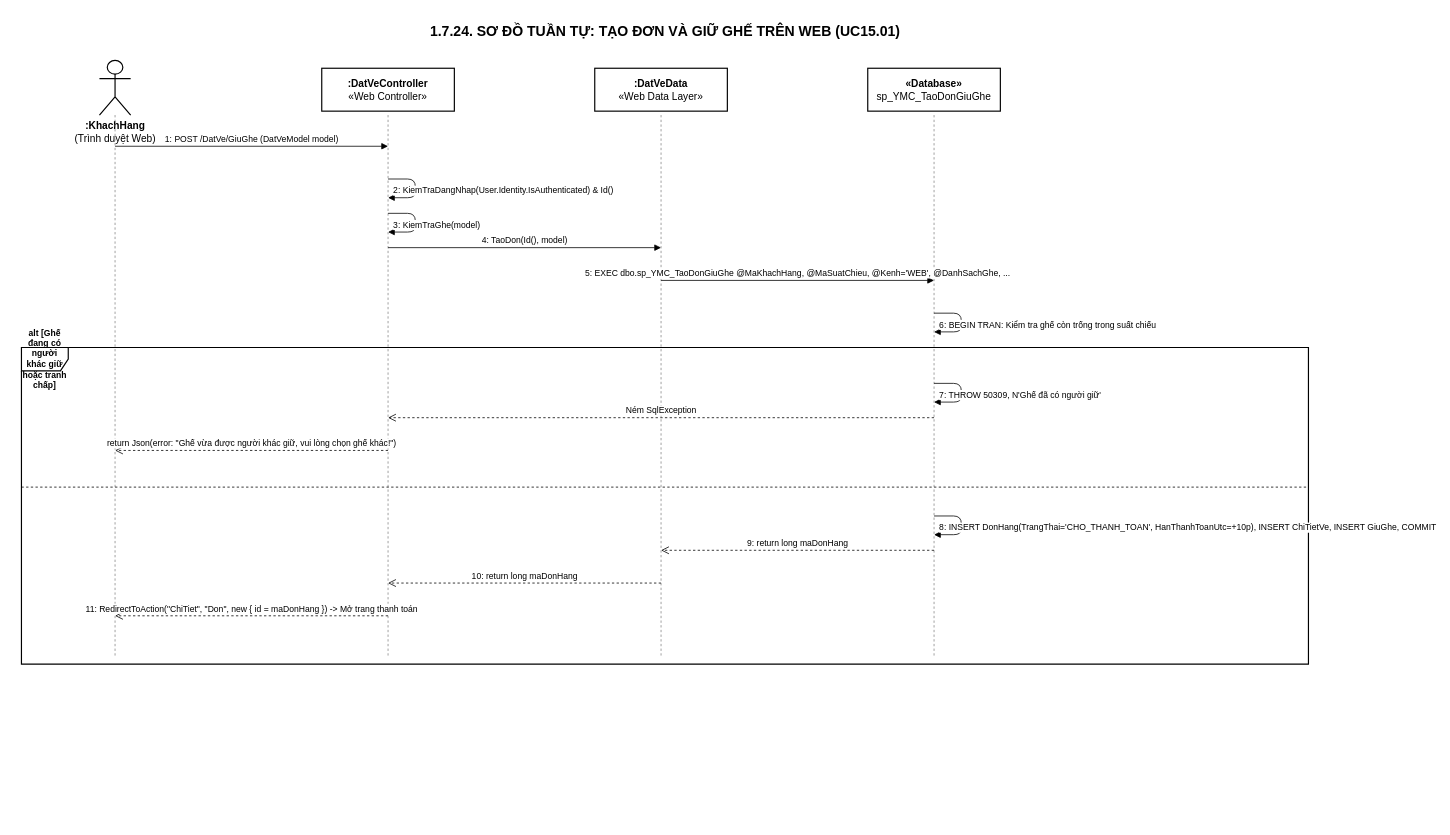
Before: Docs/Diagrams/23-Sequence-24-TaoDonGiuGheWeb.drawio in ThanhDat-png/YeuMinhEmCinema, a draw.io diagram. Source tidied: cells renumbered, new cells numbered last; positions are measured from the earlier drawing's top-left corner, leaving out a move shared by most shapes. Both pictures are drawn from the tidied source at 78%, with x=0, y=0 at pixel (21, 17).
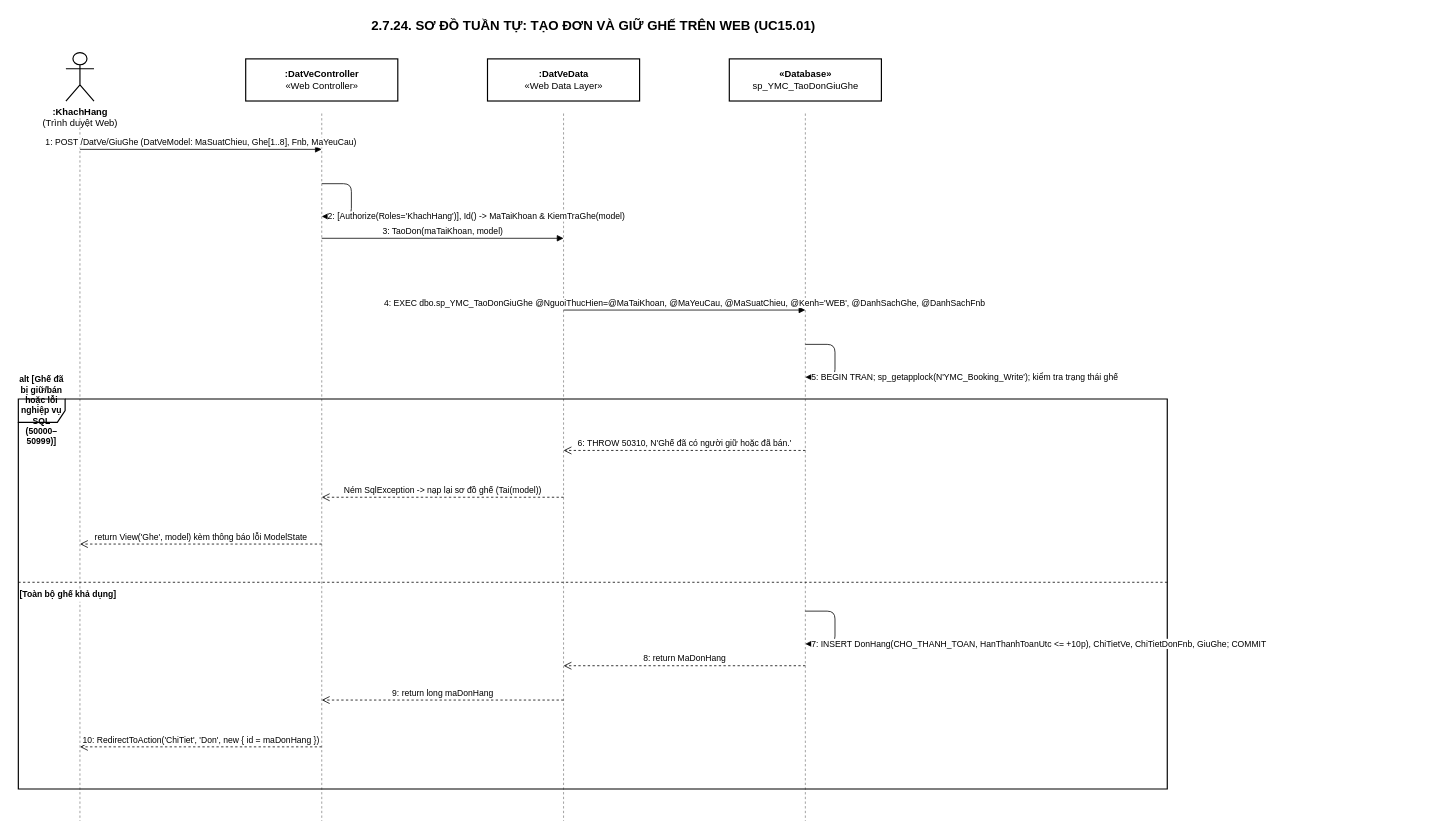
Above is the later version.

The edit, as a diff of the source:
```diff
@@
-    <mxCell id="2" value="1.7.24. SƠ ĐỒ TUẦN TỰ: TẠO ĐƠN VÀ GIỮ GHẾ TRÊN WEB (UC15.01)" style="text;html=1;align=center;verticalAlign=middle;fontFamily=Arial;fontSize=18;fontStyle=1;fontColor=#000000;fillColor=none;strokeColor=none;" parent="1" vertex="1">
-      <mxGeometry x="10" width="1630" height="35" as="geometry" />
+    <mxCell id="2" value="2.7.24. SƠ ĐỒ TUẦN TỰ: TẠO ĐƠN VÀ GIỮ GHẾ TRÊN WEB (UC15.01)" style="text;html=1;align=center;verticalAlign=middle;fontFamily=Arial;fontSize=17;fontStyle=1;fontColor=#000000;fillColor=none;strokeColor=none;" parent="1" vertex="1">
+      <mxGeometry x="-10" y="-5" width="1485" height="34" as="geometry" />
     </mxCell>
-    <mxCell id="3" value="&lt;b&gt;:KhachHang&lt;/b&gt;&lt;br&gt;(Trình duyệt Web)" style="shape=umlActor;verticalLabelPosition=bottom;verticalAlign=top;html=1;fontFamily=Arial;fontSize=13;fontColor=#000000;strokeColor=#000000;strokeWidth=1.5;fillColor=#ffffff;" parent="1" vertex="1">
-      <mxGeometry x="100" y="55" width="40" height="70" as="geometry" />
+    <mxCell id="3" value="&lt;b&gt;:KhachHang&lt;/b&gt;&lt;br&gt;(Trình duyệt Web)" style="shape=umlActor;verticalLabelPosition=bottom;verticalAlign=top;html=1;fontFamily=Arial;fontSize=12;fontColor=#000000;strokeColor=#000000;strokeWidth=1.5;fillColor=#ffffff;" parent="1" vertex="1">
+      <mxGeometry x="57" y="45" width="36" height="62" as="geometry" />
     </mxCell>
-    <mxCell id="4" style="line;strokeWidth=1;dashed=1;labelPosition=top;verticalLabelPosition=bottom;align=center;verticalAlign=top;strokeColor=#888888;direction=south;" parent="1" vertex="1">
-      <mxGeometry x="115" y="125" width="10" height="694" as="geometry" />
-    </mxCell>
+    <mxCell id="26" style="line;strokeWidth=1;dashed=1;strokeColor=#888888;direction=south;" parent="1" vertex="1">
+      <mxGeometry x="70" y="123" width="10" height="907" as="geometry" />
+    </mxCell>
-    <mxCell id="5" value="&lt;b&gt;:DatVeController&lt;/b&gt;&lt;br&gt;«Web Controller»" style="rounded=0;whiteSpace=wrap;html=1;fontFamily=Arial;fontSize=13;fillColor=#ffffff;strokeColor=#000000;strokeWidth=1.5;fontColor=#000000;" parent="1" vertex="1">
-      <mxGeometry x="385" y="65" width="170" height="55" as="geometry" />
+    <mxCell id="5" value="&lt;b&gt;:DatVeController&lt;/b&gt;&lt;br&gt;«Web Controller»" style="rounded=0;whiteSpace=wrap;html=1;fontFamily=Arial;fontSize=12;fillColor=#ffffff;strokeColor=#000000;strokeWidth=1.5;fontColor=#000000;" parent="1" vertex="1">
+      <mxGeometry x="287.5" y="53" width="195" height="54" as="geometry" />
     </mxCell>
-    <mxCell id="6" style="line;strokeWidth=1;dashed=1;labelPosition=top;verticalLabelPosition=bottom;align=center;verticalAlign=top;strokeColor=#888888;direction=south;" parent="1" vertex="1">
-      <mxGeometry x="465" y="125" width="10" height="694" as="geometry" />
-    </mxCell>
+    <mxCell id="27" style="line;strokeWidth=1;dashed=1;strokeColor=#888888;direction=south;" parent="1" vertex="1">
+      <mxGeometry x="380" y="123" width="10" height="907" as="geometry" />
+    </mxCell>
-    <mxCell id="7" value="&lt;b&gt;:DatVeData&lt;/b&gt;&lt;br&gt;«Web Data Layer»" style="rounded=0;whiteSpace=wrap;html=1;fontFamily=Arial;fontSize=13;fillColor=#ffffff;strokeColor=#000000;strokeWidth=1.5;fontColor=#000000;" parent="1" vertex="1">
-      <mxGeometry x="735" y="65" width="170" height="55" as="geometry" />
+    <mxCell id="7" value="&lt;b&gt;:DatVeData&lt;/b&gt;&lt;br&gt;«Web Data Layer»" style="rounded=0;whiteSpace=wrap;html=1;fontFamily=Arial;fontSize=12;fillColor=#ffffff;strokeColor=#000000;strokeWidth=1.5;fontColor=#000000;" parent="1" vertex="1">
+      <mxGeometry x="597.5" y="53" width="195" height="54" as="geometry" />
     </mxCell>
-    <mxCell id="8" style="line;strokeWidth=1;dashed=1;labelPosition=top;verticalLabelPosition=bottom;align=center;verticalAlign=top;strokeColor=#888888;direction=south;" parent="1" vertex="1">
-      <mxGeometry x="815" y="125" width="10" height="694" as="geometry" />
-    </mxCell>
+    <mxCell id="28" style="line;strokeWidth=1;dashed=1;strokeColor=#888888;direction=south;" parent="1" vertex="1">
+      <mxGeometry x="690" y="123" width="10" height="907" as="geometry" />
+    </mxCell>
-    <mxCell id="9" value="&lt;b&gt;«Database»&lt;/b&gt;&lt;br&gt;sp_YMC_TaoDonGiuGhe" style="rounded=0;whiteSpace=wrap;html=1;fontFamily=Arial;fontSize=13;fillColor=#ffffff;strokeColor=#000000;strokeWidth=1.5;fontColor=#000000;" parent="1" vertex="1">
-      <mxGeometry x="1085" y="65" width="170" height="55" as="geometry" />
+    <mxCell id="9" value="&lt;b&gt;«Database»&lt;/b&gt;&lt;br&gt;sp_YMC_TaoDonGiuGhe" style="rounded=0;whiteSpace=wrap;html=1;fontFamily=Arial;fontSize=12;fillColor=#ffffff;strokeColor=#000000;strokeWidth=1.5;fontColor=#000000;" parent="1" vertex="1">
+      <mxGeometry x="907.5" y="53" width="195" height="54" as="geometry" />
     </mxCell>
-    <mxCell id="10" style="line;strokeWidth=1;dashed=1;labelPosition=top;verticalLabelPosition=bottom;align=center;verticalAlign=top;strokeColor=#888888;direction=south;" parent="1" vertex="1">
-      <mxGeometry x="1165" y="125" width="10" height="694" as="geometry" />
-    </mxCell>
+    <mxCell id="29" style="line;strokeWidth=1;dashed=1;strokeColor=#888888;direction=south;" parent="1" vertex="1">
+      <mxGeometry x="1000" y="123" width="10" height="907" as="geometry" />
+    </mxCell>
+    <mxCell id="30" value="1: POST /DatVe/GiuGhe (DatVeModel: MaSuatChieu, Ghe[1..8], Fnb, MaYeuCau)" style="html=1;verticalAlign=bottom;endArrow=block;strokeColor=#000000;fontFamily=Arial;fontSize=11;fontColor=#000000;" parent="1" edge="1">
+      <mxGeometry relative="1" as="geometry">
+        <mxPoint x="75" y="169" as="sourcePoint" />
+        <mxPoint x="385" y="169" as="targetPoint" />
+      </mxGeometry>
+    </mxCell>
-    <mxCell id="11" value="1: POST /DatVe/GiuGhe (DatVeModel model)" style="html=1;verticalAlign=bottom;endArrow=block;strokeColor=#000000;fontFamily=Arial;fontSize=11;fontColor=#000000;" parent="1" edge="1">
-      <mxGeometry relative="1" as="geometry">
-        <mxPoint x="120" y="165" as="sourcePoint" />
-        <mxPoint x="470" y="165" as="targetPoint" />
+    <mxCell id="11" value="2: [Authorize(Roles='KhachHang')], Id() -&gt; MaTaiKhoan &amp; KiemTraGhe(model)" style="edgeStyle=orthogonalEdgeStyle;html=1;align=left;spacingLeft=6;verticalAlign=middle;endArrow=block;strokeColor=#000000;fontFamily=Arial;fontSize=11;fontColor=#000000;" parent="1" edge="1">
+      <mxGeometry x="1" relative="1" as="geometry">
+        <mxPoint x="385" y="213" as="sourcePoint" />
+        <mxPoint x="385" y="255" as="targetPoint" />
+        <Array as="points">
+          <mxPoint x="423" y="213" />
+          <mxPoint x="423" y="255" />
+        </Array>
       </mxGeometry>
     </mxCell>
-    <mxCell id="12" value="2: KiemTraDangNhap(User.Identity.IsAuthenticated) &amp; Id()" style="edgeStyle=orthogonalEdgeStyle;html=1;align=left;spacingLeft=5;verticalAlign=bottom;endArrow=block;strokeColor=#000000;fontFamily=Arial;fontSize=11;fontColor=#000000;" parent="1" edge="1">
-      <mxGeometry x="1" relative="1" as="geometry">
-        <mxPoint x="470" y="207" as="sourcePoint" />
-        <mxPoint x="470" y="231" as="targetPoint" />
-        <Array as="points">
-          <mxPoint x="505" y="207" />
-          <mxPoint x="505" y="231" />
-        </Array>
+    <mxCell id="12" value="3: TaoDon(maTaiKhoan, model)" style="html=1;verticalAlign=bottom;endArrow=block;strokeColor=#000000;fontFamily=Arial;fontSize=11;fontColor=#000000;" parent="1" edge="1">
+      <mxGeometry relative="1" as="geometry">
+        <mxPoint x="385" y="283" as="sourcePoint" />
+        <mxPoint x="695" y="283" as="targetPoint" />
       </mxGeometry>
     </mxCell>
-    <mxCell id="13" value="3: KiemTraGhe(model)" style="edgeStyle=orthogonalEdgeStyle;html=1;align=left;spacingLeft=5;verticalAlign=bottom;endArrow=block;strokeColor=#000000;fontFamily=Arial;fontSize=11;fontColor=#000000;" parent="1" edge="1">
-      <mxGeometry x="1" relative="1" as="geometry">
-        <mxPoint x="470" y="251" as="sourcePoint" />
-        <mxPoint x="470" y="275" as="targetPoint" />
-        <Array as="points">
-          <mxPoint x="505" y="251" />
-          <mxPoint x="505" y="275" />
-        </Array>
+    <mxCell id="13" value="4: EXEC dbo.sp_YMC_TaoDonGiuGhe @NguoiThucHien=@MaTaiKhoan, @MaYeuCau, @MaSuatChieu, @Kenh='WEB', @DanhSachGhe, @DanhSachFnb" style="html=1;verticalAlign=bottom;endArrow=block;strokeColor=#000000;fontFamily=Arial;fontSize=11;fontColor=#000000;" parent="1" edge="1">
+      <mxGeometry relative="1" as="geometry">
+        <mxPoint x="695" y="375" as="sourcePoint" />
+        <mxPoint x="1005" y="375" as="targetPoint" />
       </mxGeometry>
     </mxCell>
-    <mxCell id="14" value="4: TaoDon(Id(), model)" style="html=1;verticalAlign=bottom;endArrow=block;strokeColor=#000000;fontFamily=Arial;fontSize=11;fontColor=#000000;" parent="1" edge="1">
-      <mxGeometry relative="1" as="geometry">
-        <mxPoint x="470" y="295" as="sourcePoint" />
-        <mxPoint x="820" y="295" as="targetPoint" />
+    <mxCell id="14" value="5: BEGIN TRAN; sp_getapplock(N'YMC_Booking_Write'); kiểm tra trạng thái ghế" style="edgeStyle=orthogonalEdgeStyle;html=1;align=left;spacingLeft=6;verticalAlign=middle;endArrow=block;strokeColor=#000000;fontFamily=Arial;fontSize=11;fontColor=#000000;" parent="1" edge="1">
+      <mxGeometry x="1" relative="1" as="geometry">
+        <mxPoint x="1005" y="419" as="sourcePoint" />
+        <mxPoint x="1005" y="461" as="targetPoint" />
+        <Array as="points">
+          <mxPoint x="1043" y="419" />
+          <mxPoint x="1043" y="461" />
+        </Array>
       </mxGeometry>
     </mxCell>
-    <mxCell id="15" value="5: EXEC dbo.sp_YMC_TaoDonGiuGhe @MaKhachHang, @MaSuatChieu, @Kenh='WEB', @DanhSachGhe, ..." style="html=1;verticalAlign=bottom;endArrow=block;strokeColor=#000000;fontFamily=Arial;fontSize=11;fontColor=#000000;" parent="1" edge="1">
-      <mxGeometry relative="1" as="geometry">
-        <mxPoint x="820" y="337" as="sourcePoint" />
-        <mxPoint x="1170" y="337" as="targetPoint" />
-      </mxGeometry>
-    </mxCell>
-    <mxCell id="16" value="6: BEGIN TRAN: Kiểm tra ghế còn trống trong suất chiếu" style="edgeStyle=orthogonalEdgeStyle;html=1;align=left;spacingLeft=5;verticalAlign=bottom;endArrow=block;strokeColor=#000000;fontFamily=Arial;fontSize=11;fontColor=#000000;" parent="1" edge="1">
-      <mxGeometry x="1" relative="1" as="geometry">
-        <mxPoint x="1170" y="379" as="sourcePoint" />
-        <mxPoint x="1170" y="403" as="targetPoint" />
-        <Array as="points">
-          <mxPoint x="1205" y="379" />
-          <mxPoint x="1205" y="403" />
-        </Array>
-      </mxGeometry>
-    </mxCell>
-    <mxCell id="17" value="alt [Ghế đang có người khác giữ hoặc tranh chấp]" style="shape=umlFrame;whiteSpace=wrap;html=1;fontFamily=Arial;fontSize=11;fontStyle=1;fillColor=none;strokeColor=#000000;strokeWidth=1.5;fontColor=#000000;" parent="1" vertex="1">
-      <mxGeometry y="423" width="1650" height="406" as="geometry" />
-    </mxCell>
+    <mxCell id="31" value="alt [Ghế đã bị giữ/bán hoặc lỗi nghiệp vụ SQL (50000–50999)]" style="shape=umlFrame;whiteSpace=wrap;html=1;fontFamily=Arial;fontSize=11;fontStyle=1;fillColor=none;strokeColor=#000000;strokeWidth=1.5;fontColor=#000000;" parent="1" vertex="1">
+      <mxGeometry x="-4" y="489" width="1473" height="500" as="geometry" />
+    </mxCell>
+    <mxCell id="32" value="[Toàn bộ ghế khả dụng]" style="line;strokeWidth=1;dashed=1;strokeColor=#000000;direction=east;fontFamily=Arial;fontSize=11;fontStyle=1;align=left;verticalAlign=top;" parent="1" vertex="1">
+      <mxGeometry x="-4" y="719" width="1473" height="10" as="geometry" />
+    </mxCell>
+    <mxCell id="33" value="6: THROW 50310, N'Ghế đã có người giữ hoặc đã bán.'" style="html=1;verticalAlign=bottom;endArrow=open;dashed=1;endSize=8;strokeColor=#000000;fontFamily=Arial;fontSize=11;fontColor=#000000;" parent="1" edge="1">
+      <mxGeometry relative="1" as="geometry">
+        <mxPoint x="1005" y="555" as="sourcePoint" />
+        <mxPoint x="695" y="555" as="targetPoint" />
+      </mxGeometry>
+    </mxCell>
-    <mxCell id="18" value="7: THROW 50309, N'Ghế đã có người giữ'" style="edgeStyle=orthogonalEdgeStyle;html=1;align=left;spacingLeft=5;verticalAlign=bottom;endArrow=block;strokeColor=#000000;fontFamily=Arial;fontSize=11;fontColor=#000000;" parent="1" edge="1">
-      <mxGeometry x="1" relative="1" as="geometry">
-        <mxPoint x="1170" y="469" as="sourcePoint" />
-        <mxPoint x="1170" y="493" as="targetPoint" />
-        <Array as="points">
-          <mxPoint x="1205" y="469" />
-          <mxPoint x="1205" y="493" />
-        </Array>
+    <mxCell id="18" value="Ném SqlException -&gt; nạp lại sơ đồ ghế (Tai(model))" style="html=1;verticalAlign=bottom;endArrow=open;dashed=1;endSize=8;strokeColor=#000000;fontFamily=Arial;fontSize=11;fontColor=#000000;" parent="1" edge="1">
+      <mxGeometry relative="1" as="geometry">
+        <mxPoint x="695" y="615" as="sourcePoint" />
+        <mxPoint x="385" y="615" as="targetPoint" />
       </mxGeometry>
     </mxCell>
-    <mxCell id="19" value="Ném SqlException" style="html=1;verticalAlign=bottom;endArrow=open;dashed=1;endSize=8;strokeColor=#000000;fontFamily=Arial;fontSize=11;fontColor=#000000;" parent="1" edge="1">
+    <mxCell id="19" value="return View('Ghe', model) kèm thông báo lỗi ModelState" style="html=1;verticalAlign=bottom;endArrow=open;dashed=1;endSize=8;strokeColor=#000000;fontFamily=Arial;fontSize=11;fontColor=#000000;" parent="1" edge="1">
       <mxGeometry relative="1" as="geometry">
-        <mxPoint x="1170" y="513" as="sourcePoint" />
-        <mxPoint x="470" y="513" as="targetPoint" />
+        <mxPoint x="385" y="675" as="sourcePoint" />
+        <mxPoint x="75" y="675" as="targetPoint" />
       </mxGeometry>
     </mxCell>
-    <mxCell id="20" value="return Json(error: &quot;Ghế vừa được người khác giữ, vui lòng chọn ghế khác!&quot;)" style="html=1;verticalAlign=bottom;endArrow=open;dashed=1;endSize=8;strokeColor=#000000;fontFamily=Arial;fontSize=11;fontColor=#000000;" parent="1" edge="1">
-      <mxGeometry relative="1" as="geometry">
-        <mxPoint x="470" y="555" as="sourcePoint" />
-        <mxPoint x="120" y="555" as="targetPoint" />
+    <mxCell id="20" value="7: INSERT DonHang(CHO_THANH_TOAN, HanThanhToanUtc &lt;= +10p), ChiTietVe, ChiTietDonFnb, GiuGhe; COMMIT" style="edgeStyle=orthogonalEdgeStyle;html=1;align=left;spacingLeft=6;verticalAlign=middle;endArrow=block;strokeColor=#000000;fontFamily=Arial;fontSize=11;fontColor=#000000;" parent="1" edge="1">
+      <mxGeometry x="1" relative="1" as="geometry">
+        <mxPoint x="1005" y="761" as="sourcePoint" />
+        <mxPoint x="1005" y="803" as="targetPoint" />
+        <Array as="points">
+          <mxPoint x="1043" y="761" />
+          <mxPoint x="1043" y="803" />
+        </Array>
       </mxGeometry>
     </mxCell>
-    <mxCell id="21" style="line;strokeWidth=1;dashed=1;strokeColor=#000000;direction=east;" parent="1" vertex="1">
-      <mxGeometry y="597" width="1650" height="10" as="geometry" />
-    </mxCell>
+    <mxCell id="34" value="8: return MaDonHang" style="html=1;verticalAlign=bottom;endArrow=open;dashed=1;endSize=8;strokeColor=#000000;fontFamily=Arial;fontSize=11;fontColor=#000000;" parent="1" edge="1">
+      <mxGeometry relative="1" as="geometry">
+        <mxPoint x="1005" y="831" as="sourcePoint" />
+        <mxPoint x="695" y="831" as="targetPoint" />
+      </mxGeometry>
+    </mxCell>
-    <mxCell id="22" value="8: INSERT DonHang(TrangThai='CHO_THANH_TOAN', HanThanhToanUtc=+10p), INSERT ChiTietVe, INSERT GiuGhe, COMMIT" style="edgeStyle=orthogonalEdgeStyle;html=1;align=left;spacingLeft=5;verticalAlign=bottom;endArrow=block;strokeColor=#000000;fontFamily=Arial;fontSize=11;fontColor=#000000;" parent="1" edge="1">
-      <mxGeometry x="1" relative="1" as="geometry">
-        <mxPoint x="1170" y="639" as="sourcePoint" />
-        <mxPoint x="1170" y="663" as="targetPoint" />
-        <Array as="points">
-          <mxPoint x="1205" y="639" />
-          <mxPoint x="1205" y="663" />
-        </Array>
+    <mxCell id="22" value="9: return long maDonHang" style="html=1;verticalAlign=bottom;endArrow=open;dashed=1;endSize=8;strokeColor=#000000;fontFamily=Arial;fontSize=11;fontColor=#000000;" parent="1" edge="1">
+      <mxGeometry relative="1" as="geometry">
+        <mxPoint x="695" y="875" as="sourcePoint" />
+        <mxPoint x="385" y="875" as="targetPoint" />
       </mxGeometry>
     </mxCell>
-    <mxCell id="23" value="9: return long maDonHang" style="html=1;verticalAlign=bottom;endArrow=open;dashed=1;endSize=8;strokeColor=#000000;fontFamily=Arial;fontSize=11;fontColor=#000000;" parent="1" edge="1">
+    <mxCell id="23" value="10: RedirectToAction('ChiTiet', 'Don', new { id = maDonHang })" style="html=1;verticalAlign=bottom;endArrow=open;dashed=1;endSize=8;strokeColor=#000000;fontFamily=Arial;fontSize=11;fontColor=#000000;" parent="1" edge="1">
       <mxGeometry relative="1" as="geometry">
-        <mxPoint x="1170" y="683" as="sourcePoint" />
-        <mxPoint x="820" y="683" as="targetPoint" />
+        <mxPoint x="385" y="935" as="sourcePoint" />
+        <mxPoint x="75" y="935" as="targetPoint" />
       </mxGeometry>
     </mxCell>
-    <mxCell id="24" value="10: return long maDonHang" style="html=1;verticalAlign=bottom;endArrow=open;dashed=1;endSize=8;strokeColor=#000000;fontFamily=Arial;fontSize=11;fontColor=#000000;" parent="1" edge="1">
-      <mxGeometry relative="1" as="geometry">
-        <mxPoint x="820" y="725" as="sourcePoint" />
-        <mxPoint x="470" y="725" as="targetPoint" />
-      </mxGeometry>
-    </mxCell>
-    <mxCell id="25" value="11: RedirectToAction(&quot;ChiTiet&quot;, &quot;Don&quot;, new { id = maDonHang }) -&gt; Mở trang thanh toán" style="html=1;verticalAlign=bottom;endArrow=open;dashed=1;endSize=8;strokeColor=#000000;fontFamily=Arial;fontSize=11;fontColor=#000000;" parent="1" edge="1">
-      <mxGeometry relative="1" as="geometry">
-        <mxPoint x="470" y="767" as="sourcePoint" />
-        <mxPoint x="120" y="767" as="targetPoint" />
-      </mxGeometry>
-    </mxCell>
```
